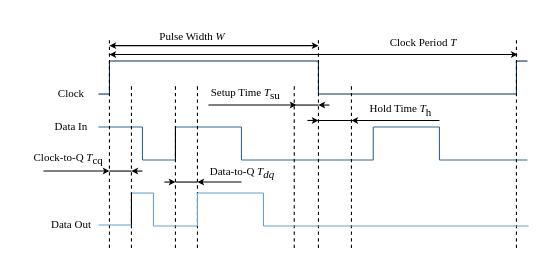
Before: latchPara.drawio in kxzhu0505/TIRL, a draw.io diagram. Source tidied: cells renumbered, new cells numbered last; positions are measured from the earlier drawing's top-left corner, leaving out a move shared by most shapes. Both pictures are drawn from the tidied source at 110%, with x=0, y=0 at pixel (19, 19).
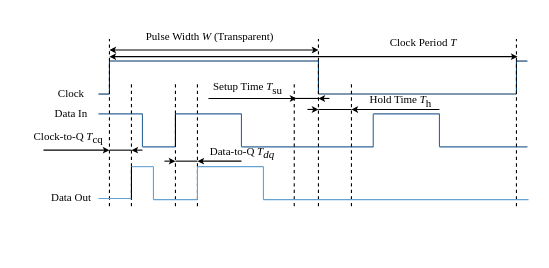
The same page after the edit.

The edit, as a diff of the source:
```diff
@@
+    <mxCell id="58" value="&lt;font face=&quot;Times New Roman&quot; style=&quot;font-size: 10px;&quot;&gt;Data-to-Q &lt;i style=&quot;font-size: 10px;&quot;&gt;T&lt;sub style=&quot;font-size: 10px;&quot;&gt;dq&lt;/sub&gt;&lt;/i&gt;&lt;/font&gt;" style="text;html=1;strokeColor=none;fillColor=none;align=center;verticalAlign=middle;whiteSpace=wrap;rounded=0;fontSize=10;" parent="1" vertex="1">
+      <mxGeometry x="158" y="107" width="90" height="30" as="geometry" />
+    </mxCell>
@@
     <mxCell id="8" value="&lt;font style=&quot;font-size: 10px;&quot;&gt;Data In&lt;/font&gt;" style="text;html=1;align=center;verticalAlign=middle;strokeColor=none;fillColor=none;fontFamily=Times New Roman;fontSize=10;" parent="1" vertex="1">
-      <mxGeometry x="17" y="82" width="60" height="30" as="geometry" />
+      <mxGeometry x="17" y="70" width="60" height="30" as="geometry" />
     </mxCell>
     <mxCell id="9" style="endArrow=none;html=1;rounded=0;strokeColor=#336699;" parent="1" edge="1">
       <mxGeometry relative="1" as="geometry">
-        <mxPoint x="72" y="98" as="sourcePoint" />
-        <mxPoint x="112" y="98" as="targetPoint" />
+        <mxPoint x="72" y="86" as="sourcePoint" />
+        <mxPoint x="112" y="86" as="targetPoint" />
       </mxGeometry>
     </mxCell>
@@
     <mxCell id="12" style="endArrow=none;html=1;rounded=0;strokeColor=#336699;" parent="1" edge="1">
       <mxGeometry relative="1" as="geometry">
-        <mxPoint x="112" y="128" as="sourcePoint" />
-        <mxPoint x="112" y="98" as="targetPoint" />
+        <mxPoint x="112" y="116" as="sourcePoint" />
+        <mxPoint x="112" y="86" as="targetPoint" />
       </mxGeometry>
     </mxCell>
     <mxCell id="13" style="endArrow=none;html=1;rounded=0;" parent="1" edge="1">
       <mxGeometry relative="1" as="geometry">
-        <mxPoint x="142" y="128" as="sourcePoint" />
-        <mxPoint x="142" y="98" as="targetPoint" />
+        <mxPoint x="142" y="116" as="sourcePoint" />
+        <mxPoint x="142" y="86" as="targetPoint" />
       </mxGeometry>
     </mxCell>
     <mxCell id="14" style="endArrow=none;html=1;rounded=0;strokeColor=#336699;" parent="1" edge="1">
       <mxGeometry relative="1" as="geometry">
-        <mxPoint x="112" y="128" as="sourcePoint" />
-        <mxPoint x="142" y="128" as="targetPoint" />
+        <mxPoint x="112" y="116" as="sourcePoint" />
+        <mxPoint x="142" y="116" as="targetPoint" />
       </mxGeometry>
     </mxCell>
     <mxCell id="15" style="endArrow=none;html=1;rounded=0;strokeColor=#336699;" parent="1" edge="1">
       <mxGeometry relative="1" as="geometry">
-        <mxPoint x="142" y="98" as="sourcePoint" />
-        <mxPoint x="202" y="98" as="targetPoint" />
+        <mxPoint x="142" y="86" as="sourcePoint" />
+        <mxPoint x="202" y="86" as="targetPoint" />
       </mxGeometry>
     </mxCell>
     <mxCell id="16" style="endArrow=none;html=1;rounded=0;strokeColor=#336699;" parent="1" edge="1">
       <mxGeometry relative="1" as="geometry">
-        <mxPoint x="202" y="128" as="sourcePoint" />
-        <mxPoint x="322" y="128" as="targetPoint" />
+        <mxPoint x="202" y="116" as="sourcePoint" />
+        <mxPoint x="322" y="116" as="targetPoint" />
       </mxGeometry>
     </mxCell>
     <mxCell id="17" style="endArrow=none;html=1;rounded=0;strokeColor=#336699;" parent="1" edge="1">
       <mxGeometry relative="1" as="geometry">
-        <mxPoint x="202" y="128" as="sourcePoint" />
-        <mxPoint x="202" y="98" as="targetPoint" />
+        <mxPoint x="202" y="116" as="sourcePoint" />
+        <mxPoint x="202" y="86" as="targetPoint" />
       </mxGeometry>
     </mxCell>
     <mxCell id="18" style="endArrow=none;html=1;rounded=0;strokeColor=#336699;" parent="1" edge="1">
       <mxGeometry relative="1" as="geometry">
-        <mxPoint x="321.8" y="128" as="sourcePoint" />
-        <mxPoint x="321.8" y="98" as="targetPoint" />
+        <mxPoint x="321.8" y="116" as="sourcePoint" />
+        <mxPoint x="321.8" y="86" as="targetPoint" />
       </mxGeometry>
     </mxCell>
     <mxCell id="19" style="endArrow=none;html=1;rounded=0;strokeColor=#336699;" parent="1" edge="1">
       <mxGeometry relative="1" as="geometry">
-        <mxPoint x="322" y="98" as="sourcePoint" />
-        <mxPoint x="382" y="98" as="targetPoint" />
+        <mxPoint x="322" y="86" as="sourcePoint" />
+        <mxPoint x="382" y="86" as="targetPoint" />
       </mxGeometry>
     </mxCell>
     <mxCell id="20" style="endArrow=none;html=1;rounded=0;strokeColor=#336699;" parent="1" edge="1">
       <mxGeometry relative="1" as="geometry">
-        <mxPoint x="382" y="128" as="sourcePoint" />
-        <mxPoint x="382" y="98" as="targetPoint" />
+        <mxPoint x="382" y="116" as="sourcePoint" />
+        <mxPoint x="382" y="86" as="targetPoint" />
       </mxGeometry>
     </mxCell>
     <mxCell id="21" style="endArrow=none;html=1;rounded=0;strokeColor=#336699;" parent="1" edge="1">
       <mxGeometry relative="1" as="geometry">
-        <mxPoint x="382" y="128" as="sourcePoint" />
-        <mxPoint x="462" y="128" as="targetPoint" />
+        <mxPoint x="382" y="116" as="sourcePoint" />
+        <mxPoint x="462" y="116" as="targetPoint" />
       </mxGeometry>
     </mxCell>
     <mxCell id="22" style="endArrow=none;dashed=1;html=1;rounded=0;" parent="1" edge="1">
       <mxGeometry relative="1" as="geometry">
-        <mxPoint x="82" y="208" as="sourcePoint" />
+        <mxPoint x="82" y="170" as="sourcePoint" />
         <mxPoint x="82" y="18" as="targetPoint" />
       </mxGeometry>
     </mxCell>
     <mxCell id="23" style="endArrow=none;dashed=1;html=1;rounded=0;" parent="1" edge="1">
       <mxGeometry relative="1" as="geometry">
-        <mxPoint x="102" y="208" as="sourcePoint" />
+        <mxPoint x="102" y="170" as="sourcePoint" />
         <mxPoint x="102" y="58" as="targetPoint" />
       </mxGeometry>
     </mxCell>
     <mxCell id="24" style="endArrow=none;dashed=1;html=1;rounded=0;" parent="1" edge="1">
       <mxGeometry relative="1" as="geometry">
-        <mxPoint x="142" y="208" as="sourcePoint" />
+        <mxPoint x="142" y="170" as="sourcePoint" />
         <mxPoint x="142" y="58" as="targetPoint" />
       </mxGeometry>
     </mxCell>
     <mxCell id="25" style="endArrow=none;dashed=1;html=1;rounded=0;" parent="1" edge="1">
       <mxGeometry relative="1" as="geometry">
-        <mxPoint x="162" y="208" as="sourcePoint" />
+        <mxPoint x="162" y="170" as="sourcePoint" />
         <mxPoint x="162" y="58" as="targetPoint" />
       </mxGeometry>
     </mxCell>
     <mxCell id="26" style="endArrow=none;dashed=1;html=1;rounded=0;" parent="1" edge="1">
       <mxGeometry relative="1" as="geometry">
-        <mxPoint x="250" y="208" as="sourcePoint" />
+        <mxPoint x="250" y="170" as="sourcePoint" />
         <mxPoint x="250" y="58" as="targetPoint" />
       </mxGeometry>
     </mxCell>
     <mxCell id="27" style="endArrow=none;dashed=1;html=1;rounded=0;" parent="1" edge="1">
       <mxGeometry relative="1" as="geometry">
-        <mxPoint x="272" y="208" as="sourcePoint" />
+        <mxPoint x="272" y="170" as="sourcePoint" />
         <mxPoint x="272" y="18" as="targetPoint" />
       </mxGeometry>
     </mxCell>
     <mxCell id="28" style="endArrow=none;dashed=1;html=1;rounded=0;" parent="1" edge="1">
       <mxGeometry relative="1" as="geometry">
-        <mxPoint x="302" y="208" as="sourcePoint" />
+        <mxPoint x="302" y="170" as="sourcePoint" />
         <mxPoint x="302" y="58" as="targetPoint" />
       </mxGeometry>
     </mxCell>
     <mxCell id="29" style="endArrow=none;dashed=1;html=1;rounded=0;" parent="1" edge="1">
       <mxGeometry relative="1" as="geometry">
-        <mxPoint x="452" y="208" as="sourcePoint" />
+        <mxPoint x="452" y="170" as="sourcePoint" />
         <mxPoint x="452" y="18" as="targetPoint" />
       </mxGeometry>
     </mxCell>
     <mxCell id="30" style="endArrow=classic;startArrow=classic;html=1;rounded=0;endSize=3;startSize=3;" parent="1" edge="1">
       <mxGeometry relative="1" as="geometry">
-        <mxPoint x="82" y="24" as="sourcePoint" />
-        <mxPoint x="272" y="24" as="targetPoint" />
+        <mxPoint x="82" y="28" as="sourcePoint" />
+        <mxPoint x="272" y="28" as="targetPoint" />
       </mxGeometry>
     </mxCell>
     <mxCell id="31" style="endArrow=classic;startArrow=classic;html=1;rounded=0;endSize=3;startSize=3;" parent="1" edge="1">
       <mxGeometry relative="1" as="geometry">
-        <mxPoint x="82" y="32" as="sourcePoint" />
-        <mxPoint x="453" y="32" as="targetPoint" />
+        <mxPoint x="82" y="34" as="sourcePoint" />
+        <mxPoint x="453" y="34" as="targetPoint" />
       </mxGeometry>
     </mxCell>
     <mxCell id="32" style="endArrow=none;html=1;rounded=0;strokeColor=#66A3D2;" parent="1" edge="1">
       <mxGeometry relative="1" as="geometry">
-        <mxPoint x="102" y="158" as="sourcePoint" />
-        <mxPoint x="122" y="158" as="targetPoint" />
+        <mxPoint x="102" y="134" as="sourcePoint" />
+        <mxPoint x="122" y="134" as="targetPoint" />
       </mxGeometry>
     </mxCell>
     <mxCell id="33" style="endArrow=none;html=1;rounded=0;strokeColor=#66A3D2;" parent="1" edge="1">
       <mxGeometry relative="1" as="geometry">
-        <mxPoint x="122" y="188" as="sourcePoint" />
-        <mxPoint x="122" y="158" as="targetPoint" />
+        <mxPoint x="122" y="164" as="sourcePoint" />
+        <mxPoint x="122" y="134" as="targetPoint" />
       </mxGeometry>
     </mxCell>
     <mxCell id="34" style="endArrow=none;html=1;rounded=0;strokeColor=#66A3D2;" parent="1" edge="1">
       <mxGeometry relative="1" as="geometry">
-        <mxPoint x="162" y="188" as="sourcePoint" />
-        <mxPoint x="162" y="158" as="targetPoint" />
+        <mxPoint x="162" y="164" as="sourcePoint" />
+        <mxPoint x="162" y="134" as="targetPoint" />
       </mxGeometry>
     </mxCell>
     <mxCell id="35" style="endArrow=none;html=1;rounded=0;strokeColor=#66A3D2;" parent="1" edge="1">
       <mxGeometry relative="1" as="geometry">
-        <mxPoint x="122" y="188" as="sourcePoint" />
-        <mxPoint x="162" y="188" as="targetPoint" />
+        <mxPoint x="122" y="164" as="sourcePoint" />
+        <mxPoint x="162" y="164" as="targetPoint" />
       </mxGeometry>
     </mxCell>
     <mxCell id="36" style="endArrow=none;html=1;rounded=0;strokeColor=#66A3D2;" parent="1" edge="1">
       <mxGeometry relative="1" as="geometry">
-        <mxPoint x="162" y="158" as="sourcePoint" />
-        <mxPoint x="222" y="158" as="targetPoint" />
+        <mxPoint x="162" y="134" as="sourcePoint" />
+        <mxPoint x="222" y="134" as="targetPoint" />
       </mxGeometry>
     </mxCell>
     <mxCell id="37" style="endArrow=none;html=1;rounded=0;strokeColor=#66A3D2;" parent="1" edge="1">
       <mxGeometry relative="1" as="geometry">
-        <mxPoint x="222" y="188" as="sourcePoint" />
-        <mxPoint x="463" y="188" as="targetPoint" />
+        <mxPoint x="222" y="164" as="sourcePoint" />
+        <mxPoint x="463" y="164" as="targetPoint" />
       </mxGeometry>
     </mxCell>
     <mxCell id="38" style="endArrow=none;html=1;rounded=0;strokeColor=#66A3D2;" parent="1" edge="1">
       <mxGeometry relative="1" as="geometry">
-        <mxPoint x="222" y="188" as="sourcePoint" />
-        <mxPoint x="222" y="158" as="targetPoint" />
+        <mxPoint x="222" y="164" as="sourcePoint" />
+        <mxPoint x="222" y="134" as="targetPoint" />
       </mxGeometry>
     </mxCell>
     <mxCell id="39" style="endArrow=none;html=1;rounded=0;" parent="1" edge="1">
       <mxGeometry relative="1" as="geometry">
-        <mxPoint x="102" y="188" as="sourcePoint" />
-        <mxPoint x="102" y="158" as="targetPoint" />
+        <mxPoint x="102" y="164" as="sourcePoint" />
+        <mxPoint x="102" y="134" as="targetPoint" />
       </mxGeometry>
     </mxCell>
     <mxCell id="40" style="endArrow=none;html=1;rounded=0;strokeColor=#66A3D2;" parent="1" edge="1">
       <mxGeometry relative="1" as="geometry">
-        <mxPoint x="72" y="187" as="sourcePoint" />
-        <mxPoint x="102" y="187" as="targetPoint" />
+        <mxPoint x="72" y="163" as="sourcePoint" />
+        <mxPoint x="102" y="163" as="targetPoint" />
       </mxGeometry>
     </mxCell>
     <mxCell id="41" style="endArrow=classic;html=1;rounded=0;endSize=3;" parent="1" edge="1">
       <mxGeometry relative="1" as="geometry">
-        <mxPoint x="112" y="138" as="sourcePoint" />
-        <mxPoint x="102" y="138" as="targetPoint" />
+        <mxPoint x="112" y="119" as="sourcePoint" />
+        <mxPoint x="102" y="119" as="targetPoint" />
       </mxGeometry>
     </mxCell>
     <mxCell id="42" style="endArrow=classic;html=1;rounded=0;endSize=3;" parent="1" edge="1">
       <mxGeometry relative="1" as="geometry">
-        <mxPoint x="22" y="138" as="sourcePoint" />
-        <mxPoint x="82" y="138" as="targetPoint" />
+        <mxPoint x="22" y="119" as="sourcePoint" />
+        <mxPoint x="82" y="119" as="targetPoint" />
       </mxGeometry>
     </mxCell>
     <mxCell id="43" style="endArrow=none;html=1;rounded=0;" parent="1" edge="1">
       <mxGeometry relative="1" as="geometry">
-        <mxPoint x="82" y="138" as="sourcePoint" />
-        <mxPoint x="102" y="138" as="targetPoint" />
+        <mxPoint x="82" y="119" as="sourcePoint" />
+        <mxPoint x="102" y="119" as="targetPoint" />
       </mxGeometry>
     </mxCell>
     <mxCell id="44" style="endArrow=classic;html=1;rounded=0;endSize=3;" parent="1" edge="1">
       <mxGeometry relative="1" as="geometry">
-        <mxPoint x="202" y="148" as="sourcePoint" />
-        <mxPoint x="162" y="148" as="targetPoint" />
+        <mxPoint x="202" y="129" as="sourcePoint" />
+        <mxPoint x="162" y="129" as="targetPoint" />
       </mxGeometry>
     </mxCell>
     <mxCell id="45" style="endArrow=classic;html=1;rounded=0;endSize=3;" parent="1" edge="1">
       <mxGeometry relative="1" as="geometry">
-        <mxPoint x="132" y="148" as="sourcePoint" />
-        <mxPoint x="142" y="148" as="targetPoint" />
+        <mxPoint x="132" y="129" as="sourcePoint" />
+        <mxPoint x="142" y="129" as="targetPoint" />
       </mxGeometry>
     </mxCell>
     <mxCell id="46" style="endArrow=none;html=1;rounded=0;" parent="1" edge="1">
       <mxGeometry relative="1" as="geometry">
-        <mxPoint x="142" y="148" as="sourcePoint" />
-        <mxPoint x="162" y="148" as="targetPoint" />
+        <mxPoint x="142" y="129" as="sourcePoint" />
+        <mxPoint x="162" y="129" as="targetPoint" />
       </mxGeometry>
     </mxCell>
     <mxCell id="47" style="endArrow=classic;html=1;rounded=0;endSize=3;" parent="1" edge="1">
       <mxGeometry relative="1" as="geometry">
-        <mxPoint x="382" y="92" as="sourcePoint" />
-        <mxPoint x="302" y="92" as="targetPoint" />
+        <mxPoint x="382" y="82" as="sourcePoint" />
+        <mxPoint x="302" y="82" as="targetPoint" />
       </mxGeometry>
     </mxCell>
     <mxCell id="48" style="endArrow=classic;html=1;rounded=0;endSize=3;" parent="1" edge="1">
       <mxGeometry relative="1" as="geometry">
-        <mxPoint x="262" y="92" as="sourcePoint" />
-        <mxPoint x="272" y="92" as="targetPoint" />
+        <mxPoint x="262" y="82" as="sourcePoint" />
+        <mxPoint x="272" y="82" as="targetPoint" />
       </mxGeometry>
     </mxCell>
     <mxCell id="49" style="endArrow=none;html=1;rounded=0;" parent="1" edge="1">
       <mxGeometry relative="1" as="geometry">
-        <mxPoint x="272" y="92" as="sourcePoint" />
-        <mxPoint x="302" y="92" as="targetPoint" />
+        <mxPoint x="272" y="82" as="sourcePoint" />
+        <mxPoint x="302" y="82" as="targetPoint" />
       </mxGeometry>
     </mxCell>
     <mxCell id="50" style="endArrow=classic;html=1;rounded=0;endSize=3;" parent="1" edge="1">
       <mxGeometry relative="1" as="geometry">
-        <mxPoint x="282" y="78" as="sourcePoint" />
-        <mxPoint x="272" y="78" as="targetPoint" />
+        <mxPoint x="282" y="72" as="sourcePoint" />
+        <mxPoint x="272" y="72" as="targetPoint" />
       </mxGeometry>
     </mxCell>
     <mxCell id="51" style="endArrow=classic;html=1;rounded=0;endSize=3;" parent="1" edge="1">
       <mxGeometry relative="1" as="geometry">
-        <mxPoint x="172" y="78" as="sourcePoint" />
-        <mxPoint x="252" y="78" as="targetPoint" />
+        <mxPoint x="172" y="72" as="sourcePoint" />
+        <mxPoint x="252" y="72" as="targetPoint" />
       </mxGeometry>
     </mxCell>
     <mxCell id="52" style="endArrow=none;html=1;rounded=0;" parent="1" edge="1">
       <mxGeometry relative="1" as="geometry">
-        <mxPoint x="251" y="78" as="sourcePoint" />
-        <mxPoint x="272" y="78" as="targetPoint" />
+        <mxPoint x="251" y="72" as="sourcePoint" />
+        <mxPoint x="272" y="72" as="targetPoint" />
       </mxGeometry>
     </mxCell>
     <mxCell id="53" value="&lt;font face=&quot;Times New Roman&quot; style=&quot;font-size: 10px;&quot;&gt;Hold Time &lt;span style=&quot;font-size: 10px;&quot;&gt;&lt;i&gt;T&lt;/i&gt;&lt;sub style=&quot;font-size: 10px;&quot;&gt;h&lt;/sub&gt;&lt;/span&gt;&lt;/font&gt;" style="text;html=1;fillColor=none;align=center;verticalAlign=middle;whiteSpace=wrap;rounded=0;fontSize=10;strokeWidth=0;" parent="1" vertex="1">
-      <mxGeometry x="302" y="68" width="90" height="30" as="geometry" />
+      <mxGeometry x="302" y="60" width="90" height="30" as="geometry" />
     </mxCell>
     <mxCell id="54" value="&lt;font style=&quot;font-size: 10px;&quot;&gt;Data Out&lt;/font&gt;" style="text;html=1;align=center;verticalAlign=middle;strokeColor=none;fillColor=none;fontFamily=Times New Roman;fontSize=10;" parent="1" vertex="1">
-      <mxGeometry x="12" y="171" width="70" height="30" as="geometry" />
+      <mxGeometry x="12" y="147" width="70" height="30" as="geometry" />
     </mxCell>
-    <mxCell id="55" value="&lt;font style=&quot;font-size: 10px;&quot;&gt;Pulse Width &lt;i style=&quot;font-size: 10px;&quot;&gt;W&lt;/i&gt;&lt;/font&gt;" style="text;html=1;align=center;verticalAlign=middle;strokeColor=none;fillColor=none;fontFamily=Times New Roman;fontSize=10;" parent="1" vertex="1">
-      <mxGeometry x="112" width="90" height="30" as="geometry" />
+    <mxCell id="55" value="&lt;font style=&quot;&quot;&gt;Pulse Width &lt;i style=&quot;font-size: 10px;&quot;&gt;W &lt;/i&gt;(Transparent)&lt;/font&gt;" style="text;html=1;align=center;verticalAlign=middle;strokeColor=none;fillColor=none;fontFamily=Times New Roman;fontSize=10;" parent="1" vertex="1">
+      <mxGeometry x="103" width="140" height="30" as="geometry" />
     </mxCell>
@@
     <mxCell id="57" value="&lt;font face=&quot;Times New Roman&quot; style=&quot;font-size: 10px;&quot;&gt;Setup Time &lt;span style=&quot;font-size: 10px;&quot;&gt;&lt;i&gt;T&lt;/i&gt;&lt;span style=&quot;font-size: 10px;&quot;&gt;&lt;sub style=&quot;font-size: 10px;&quot;&gt;su&lt;/sub&gt;&lt;/span&gt;&lt;/span&gt;&lt;/font&gt;" style="text;html=1;strokeColor=none;fillColor=none;align=center;verticalAlign=middle;whiteSpace=wrap;rounded=0;fontSize=10;" parent="1" vertex="1">
-      <mxGeometry x="161" y="53" width="90" height="30" as="geometry" />
+      <mxGeometry x="163" y="48" width="90" height="30" as="geometry" />
     </mxCell>
-    <mxCell id="58" value="&lt;font face=&quot;Times New Roman&quot; style=&quot;font-size: 10px;&quot;&gt;Data-to-Q &lt;i style=&quot;font-size: 10px;&quot;&gt;T&lt;sub style=&quot;font-size: 10px;&quot;&gt;dq&lt;/sub&gt;&lt;/i&gt;&lt;/font&gt;" style="text;html=1;strokeColor=none;fillColor=none;align=center;verticalAlign=middle;whiteSpace=wrap;rounded=0;fontSize=10;" parent="1" vertex="1">
-      <mxGeometry x="158" y="125" width="90" height="30" as="geometry" />
-    </mxCell>
     <mxCell id="59" value="&lt;font face=&quot;Times New Roman&quot; style=&quot;font-size: 10px;&quot;&gt;Clock-to-Q &lt;span style=&quot;font-size: 10px;&quot;&gt;&lt;i&gt;T&lt;/i&gt;&lt;sub style=&quot;font-size: 10px;&quot;&gt;cq&lt;/sub&gt;&lt;/span&gt;&lt;/font&gt;" style="text;html=1;strokeColor=none;fillColor=none;align=center;verticalAlign=middle;whiteSpace=wrap;rounded=0;fontSize=10;" parent="1" vertex="1">
-      <mxGeometry y="112" width="90" height="30" as="geometry" />
+      <mxGeometry y="93" width="90" height="30" as="geometry" />
     </mxCell>
```
